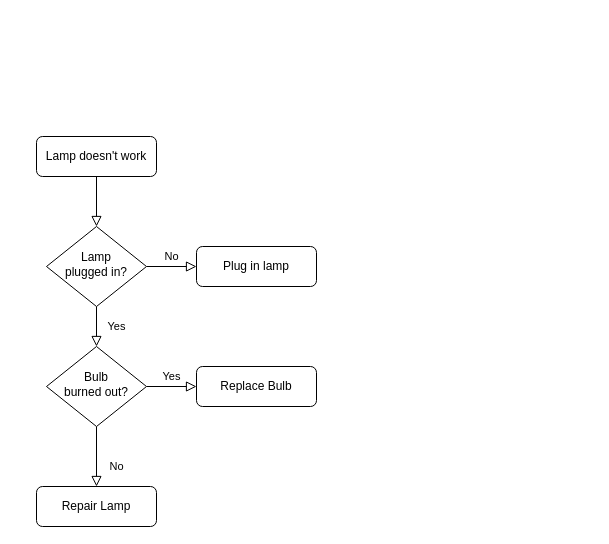
Above: 霓虹文本/Untitled Diagram.drawio in 18241033575/cool-css (draw.io), before the change. Source tidied: cells renumbered, new cells numbered last; positions are measured from the earlier drawing's top-left corner, leaving out a move shared by most shapes. Both pictures are drawn from the tidied source at 100%, with x=0, y=0 at pixel (36, 136).
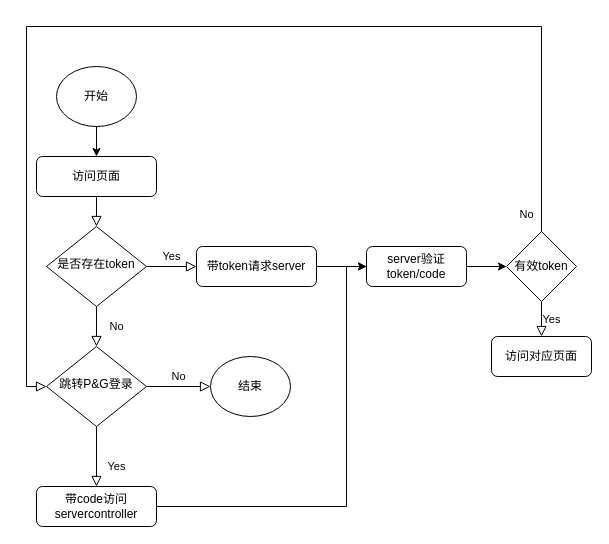
The same page after the edit.

The edit, as a diff of the source:
```diff
@@
-    <mxCell id="3" value="Lamp doesn't work" style="rounded=1;whiteSpace=wrap;html=1;fontSize=12;glass=0;strokeWidth=1;shadow=0;" parent="1" vertex="1">
-      <mxGeometry width="120" height="40" as="geometry" />
+    <mxCell id="3" value="访问页面" style="rounded=1;whiteSpace=wrap;html=1;fontSize=12;glass=0;strokeWidth=1;shadow=0;" parent="1" vertex="1">
+      <mxGeometry y="20" width="120" height="40" as="geometry" />
     </mxCell>
-    <mxCell id="4" value="Yes" style="rounded=0;html=1;jettySize=auto;fontSize=11;endArrow=block;endFill=0;endSize=8;strokeWidth=1;shadow=0;labelBackgroundColor=none;edgeStyle=orthogonalEdgeStyle;" parent="1" edge="1" source="6" target="10">
+    <mxCell id="4" value="No" style="rounded=0;html=1;jettySize=auto;fontSize=11;endArrow=block;endFill=0;endSize=8;strokeWidth=1;shadow=0;labelBackgroundColor=none;edgeStyle=orthogonalEdgeStyle;" parent="1" edge="1" source="6" target="10">
       <mxGeometry y="20" relative="1" as="geometry" />
     </mxCell>
-    <mxCell id="5" value="No" style="edgeStyle=orthogonalEdgeStyle;rounded=0;html=1;jettySize=auto;fontSize=11;endArrow=block;endFill=0;endSize=8;strokeWidth=1;shadow=0;labelBackgroundColor=none;" parent="1" edge="1" source="6" target="7">
+    <mxCell id="5" value="Yes" style="edgeStyle=orthogonalEdgeStyle;rounded=0;html=1;jettySize=auto;fontSize=11;endArrow=block;endFill=0;endSize=8;strokeWidth=1;shadow=0;labelBackgroundColor=none;" parent="1" edge="1" source="6" target="7">
       <mxGeometry y="10" relative="1" as="geometry" />
     </mxCell>
-    <mxCell id="6" value="Lamp&lt;br&gt;plugged in?" style="rhombus;whiteSpace=wrap;html=1;shadow=0;fontFamily=Helvetica;fontSize=12;align=center;strokeWidth=1;spacing=6;spacingTop=-4;" parent="1" vertex="1">
+    <mxCell id="6" value="是否存在token" style="rhombus;whiteSpace=wrap;html=1;shadow=0;fontFamily=Helvetica;fontSize=12;align=center;strokeWidth=1;spacing=6;spacingTop=-4;" parent="1" vertex="1">
       <mxGeometry x="10" y="90" width="100" height="80" as="geometry" />
     </mxCell>
+    <mxCell id="13" style="edgeStyle=orthogonalEdgeStyle;rounded=0;jettySize=auto;html=1;" parent="1" edge="1" source="7" target="16">
+      <mxGeometry relative="1" as="geometry" />
+    </mxCell>
-    <mxCell id="7" value="Plug in lamp" style="rounded=1;whiteSpace=wrap;html=1;fontSize=12;glass=0;strokeWidth=1;shadow=0;" parent="1" vertex="1">
+    <mxCell id="7" value="带token请求server" style="rounded=1;whiteSpace=wrap;html=1;fontSize=12;glass=0;strokeWidth=1;shadow=0;" parent="1" vertex="1">
       <mxGeometry x="160" y="110" width="120" height="40" as="geometry" />
     </mxCell>
-    <mxCell id="8" value="No" style="rounded=0;html=1;jettySize=auto;fontSize=11;endArrow=block;endFill=0;endSize=8;strokeWidth=1;shadow=0;labelBackgroundColor=none;edgeStyle=orthogonalEdgeStyle;" parent="1" edge="1" source="10" target="11">
+    <mxCell id="8" value="Yes" style="rounded=0;html=1;jettySize=auto;fontSize=11;endArrow=block;endFill=0;endSize=8;strokeWidth=1;shadow=0;labelBackgroundColor=none;edgeStyle=orthogonalEdgeStyle;" parent="1" edge="1" source="10" target="11">
       <mxGeometry x="0.33" y="20" relative="1" as="geometry" />
     </mxCell>
-    <mxCell id="9" value="Yes" style="edgeStyle=orthogonalEdgeStyle;rounded=0;html=1;jettySize=auto;fontSize=11;endArrow=block;endFill=0;endSize=8;strokeWidth=1;shadow=0;labelBackgroundColor=none;" parent="1" edge="1" source="10" target="12">
+    <mxCell id="9" value="No" style="edgeStyle=orthogonalEdgeStyle;rounded=0;html=1;jettySize=auto;fontSize=11;endArrow=block;endFill=0;endSize=8;strokeWidth=1;shadow=0;labelBackgroundColor=none;entryX=0;entryY=0.5;entryDx=0;entryDy=0;" parent="1" edge="1" source="10" target="21">
       <mxGeometry y="10" relative="1" as="geometry" />
     </mxCell>
-    <mxCell id="10" value="Bulb&lt;br&gt;burned out?" style="rhombus;whiteSpace=wrap;html=1;shadow=0;fontFamily=Helvetica;fontSize=12;align=center;strokeWidth=1;spacing=6;spacingTop=-4;" parent="1" vertex="1">
+    <mxCell id="10" value="跳转P&amp;amp;G登录" style="rhombus;whiteSpace=wrap;html=1;shadow=0;fontFamily=Helvetica;fontSize=12;align=center;strokeWidth=1;spacing=6;spacingTop=-4;" parent="1" vertex="1">
       <mxGeometry x="10" y="210" width="100" height="80" as="geometry" />
     </mxCell>
+    <mxCell id="14" style="edgeStyle=orthogonalEdgeStyle;rounded=0;jettySize=auto;html=1;entryX=0;entryY=0.5;entryDx=0;entryDy=0;" parent="1" edge="1" source="11" target="16">
+      <mxGeometry relative="1" as="geometry">
+        <Array as="points">
+          <mxPoint x="310" y="370" />
+          <mxPoint x="310" y="130" />
+        </Array>
+      </mxGeometry>
+    </mxCell>
-    <mxCell id="11" value="Repair Lamp" style="rounded=1;whiteSpace=wrap;html=1;fontSize=12;glass=0;strokeWidth=1;shadow=0;" parent="1" vertex="1">
+    <mxCell id="11" value="带code访问servercontroller" style="rounded=1;whiteSpace=wrap;html=1;fontSize=12;glass=0;strokeWidth=1;shadow=0;" parent="1" vertex="1">
       <mxGeometry y="350" width="120" height="40" as="geometry" />
     </mxCell>
-    <mxCell id="12" value="Replace Bulb" style="rounded=1;whiteSpace=wrap;html=1;fontSize=12;glass=0;strokeWidth=1;shadow=0;" parent="1" vertex="1">
-      <mxGeometry x="160" y="230" width="120" height="40" as="geometry" />
-    </mxCell>
+    <mxCell id="15" style="edgeStyle=orthogonalEdgeStyle;rounded=0;jettySize=auto;html=1;entryX=0;entryY=0.5;entryDx=0;entryDy=0;" parent="1" edge="1" source="16" target="17">
+      <mxGeometry relative="1" as="geometry" />
+    </mxCell>
+    <mxCell id="16" value="server验证token/code" style="rounded=1;whiteSpace=wrap;html=1;" parent="1" vertex="1">
+      <mxGeometry x="330" y="110" width="100" height="40" as="geometry" />
+    </mxCell>
+    <mxCell id="17" value="有效token" style="rhombus;whiteSpace=wrap;html=1;" parent="1" vertex="1">
+      <mxGeometry x="470" y="95" width="70" height="70" as="geometry" />
+    </mxCell>
+    <mxCell id="18" value="访问对应页面" style="rounded=1;whiteSpace=wrap;html=1;" parent="1" vertex="1">
+      <mxGeometry x="455" y="200" width="100" height="40" as="geometry" />
+    </mxCell>
+    <mxCell id="19" value="Yes" style="edgeStyle=orthogonalEdgeStyle;rounded=0;html=1;jettySize=auto;fontSize=11;endArrow=block;endFill=0;endSize=8;strokeWidth=1;shadow=0;labelBackgroundColor=none;exitX=0.5;exitY=1;exitDx=0;exitDy=0;entryX=0.5;entryY=0;entryDx=0;entryDy=0;" parent="1" edge="1" source="17" target="18">
+      <mxGeometry y="10" relative="1" as="geometry">
+        <Array as="points">
+          <mxPoint x="505" y="180" />
+          <mxPoint x="505" y="180" />
+        </Array>
+      </mxGeometry>
+    </mxCell>
+    <mxCell id="20" value="No" style="rounded=0;html=1;jettySize=auto;fontSize=11;endArrow=block;endFill=0;endSize=8;strokeWidth=1;shadow=0;labelBackgroundColor=none;edgeStyle=orthogonalEdgeStyle;exitX=0.5;exitY=0;exitDx=0;exitDy=0;entryX=0;entryY=0.5;entryDx=0;entryDy=0;" parent="1" edge="1" source="17" target="10">
+      <mxGeometry x="-0.97" y="15" relative="1" as="geometry">
+        <Array as="points">
+          <mxPoint x="505" y="-110" />
+          <mxPoint x="-10" y="-110" />
+          <mxPoint x="-10" y="250" />
+        </Array>
+      </mxGeometry>
+    </mxCell>
+    <mxCell id="21" value="结束" style="ellipse;whiteSpace=wrap;html=1;" parent="1" vertex="1">
+      <mxGeometry x="174" y="220" width="80" height="60" as="geometry" />
+    </mxCell>
+    <mxCell id="22" style="edgeStyle=orthogonalEdgeStyle;rounded=0;jettySize=auto;html=1;entryX=0.5;entryY=0;entryDx=0;entryDy=0;" parent="1" edge="1" source="23" target="3">
+      <mxGeometry relative="1" as="geometry" />
+    </mxCell>
+    <mxCell id="23" value="开始" style="ellipse;whiteSpace=wrap;html=1;" parent="1" vertex="1">
+      <mxGeometry x="20" y="-70" width="80" height="60" as="geometry" />
+    </mxCell>
```
